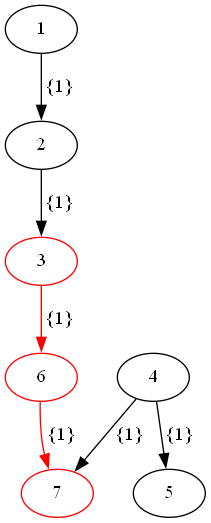
This is lab_6/g.png from trueTema/lab_6, a Graphviz export, as it was before one commit. Its source is kept beside it as lab_6/g.dot. The source it was exported from:
```dot
digraph T {
1 [];
2 [];
3 [color="red"];
4 [];
5 [];
6 [color="red"];
7 [color="red"];
1->2 [label=" {1}"];
2->3 [label=" {1}"];
3->6 [color="red",label=" {1}"];
4->5 [label=" {1}"];
4->7 [label=" {1}"];
6->7 [color="red",label=" {1}"];
}
```
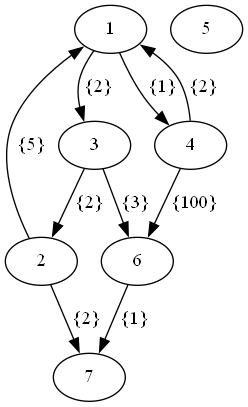
Above is the later version.

Diff of the diagram source:
```diff
@@ -1,15 +1,18 @@
 digraph T {
 1 [];
 2 [];
-3 [color="red"];
+3 [];
 4 [];
 5 [];
-6 [color="red"];
-7 [color="red"];
-1->2 [label=" {1}"];
-2->3 [label=" {1}"];
-3->6 [color="red",label=" {1}"];
-4->5 [label=" {1}"];
-4->7 [label=" {1}"];
-6->7 [color="red",label=" {1}"];
+6 [];
+7 [];
+1->4 [label=" {1}"];
+6->7 [label=" {1}"];
+1->3 [label=" {2}"];
+2->7 [label=" {2}"];
+3->2 [label=" {2}"];
+4->1 [label=" {2}"];
+3->6 [label=" {3}"];
+2->1 [label=" {5}"];
+4->6 [label=" {100}"];
 }
```
